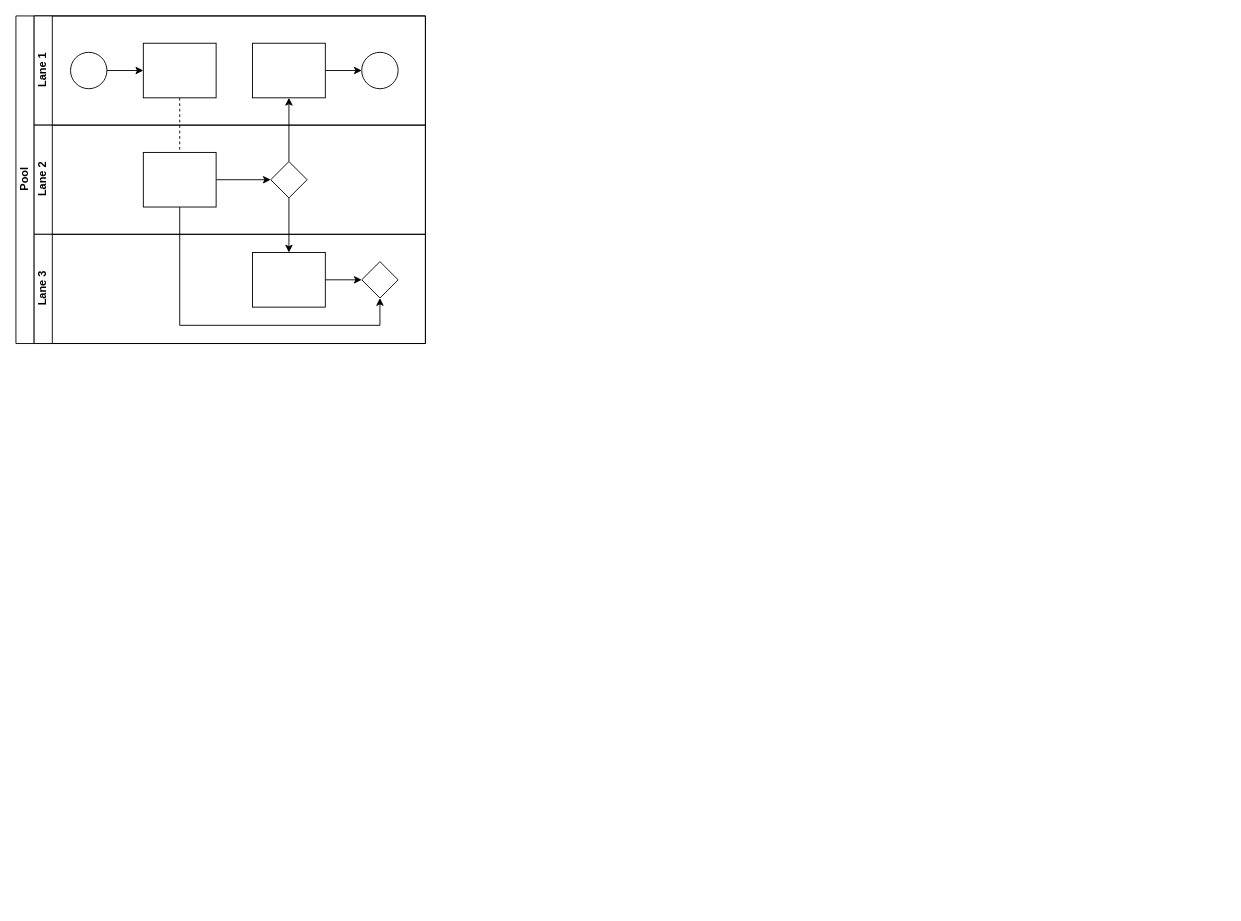
This is Untitled Diagram.drawio from 1426536231/picture-for-markdown, a draw.io file, before an edit. Source tidied: cells renumbered, new cells numbered last; positions are measured from the earlier drawing's top-left corner, leaving out a move shared by most shapes. Both pictures are drawn from the tidied source at 91%, with x=0, y=0 at pixel (15, 15).
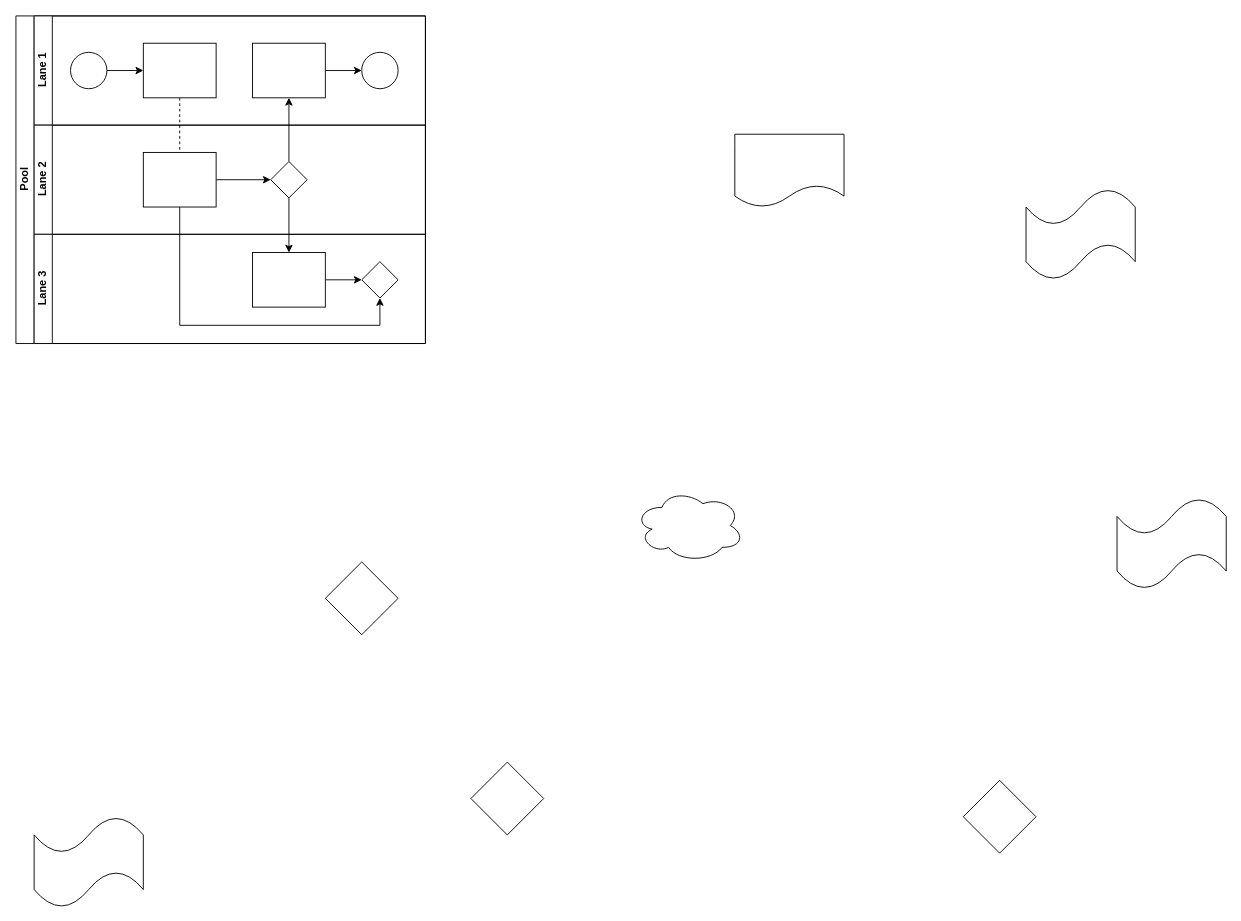
The same diagram, later.

What changed in the source:
```diff
@@
+    <mxCell id="22" style="shape=tape;whiteSpace=wrap;html=1;" parent="1" vertex="1">
+      <mxGeometry x="1210" y="530" width="120" height="100" as="geometry" />
+    </mxCell>
+    <mxCell id="23" style="shape=tape;whiteSpace=wrap;html=1;" parent="1" vertex="1">
+      <mxGeometry x="1110" y="190" width="120" height="100" as="geometry" />
+    </mxCell>
+    <mxCell id="24" style="ellipse;shape=cloud;whiteSpace=wrap;html=1;" parent="1" vertex="1">
+      <mxGeometry x="680" y="520" width="120" height="80" as="geometry" />
+    </mxCell>
+    <mxCell id="25" style="rhombus;whiteSpace=wrap;html=1;" parent="1" vertex="1">
+      <mxGeometry x="500" y="820" width="80" height="80" as="geometry" />
+    </mxCell>
+    <mxCell id="26" style="rhombus;whiteSpace=wrap;html=1;" parent="1" vertex="1">
+      <mxGeometry x="1041" y="840" width="80" height="80" as="geometry" />
+    </mxCell>
+    <mxCell id="27" style="rhombus;whiteSpace=wrap;html=1;" parent="1" vertex="1">
+      <mxGeometry x="340" y="600" width="80" height="80" as="geometry" />
+    </mxCell>
+    <mxCell id="28" style="shape=tape;whiteSpace=wrap;html=1;" parent="1" vertex="1">
+      <mxGeometry x="20" y="880" width="120" height="100" as="geometry" />
+    </mxCell>
+    <mxCell id="29" style="shape=document;whiteSpace=wrap;html=1;boundedLbl=1;" parent="1" vertex="1">
+      <mxGeometry x="790" y="130" width="120" height="80" as="geometry" />
+    </mxCell>
```
